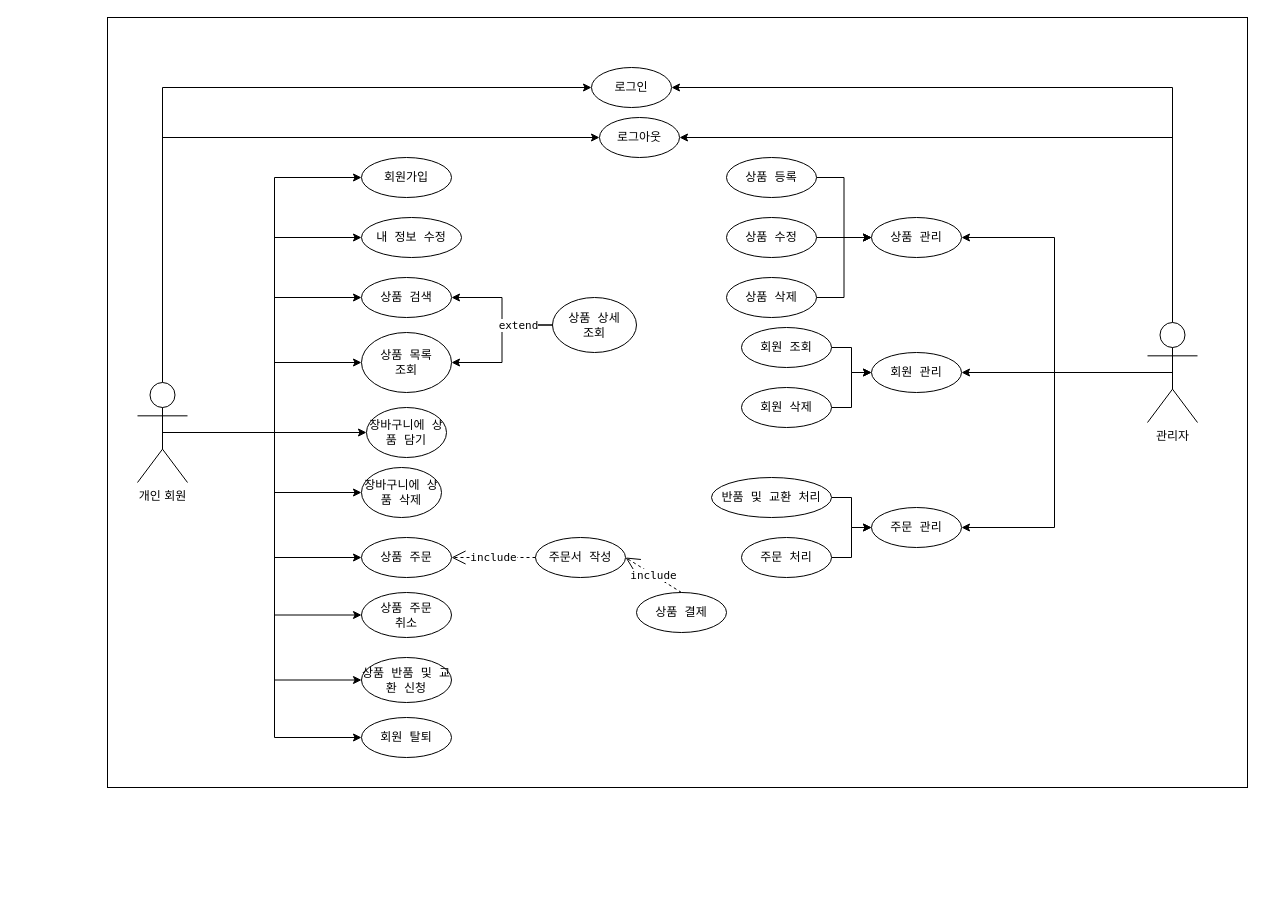
This is usecase.drawio from Myung518/project2022, a draw.io file, before an edit. Source tidied: cells renumbered, new cells numbered last; positions are measured from the earlier drawing's top-left corner, leaving out a move shared by most shapes. Both pictures are drawn from the tidied source at 100%, with x=0, y=0 at pixel (107, 17).
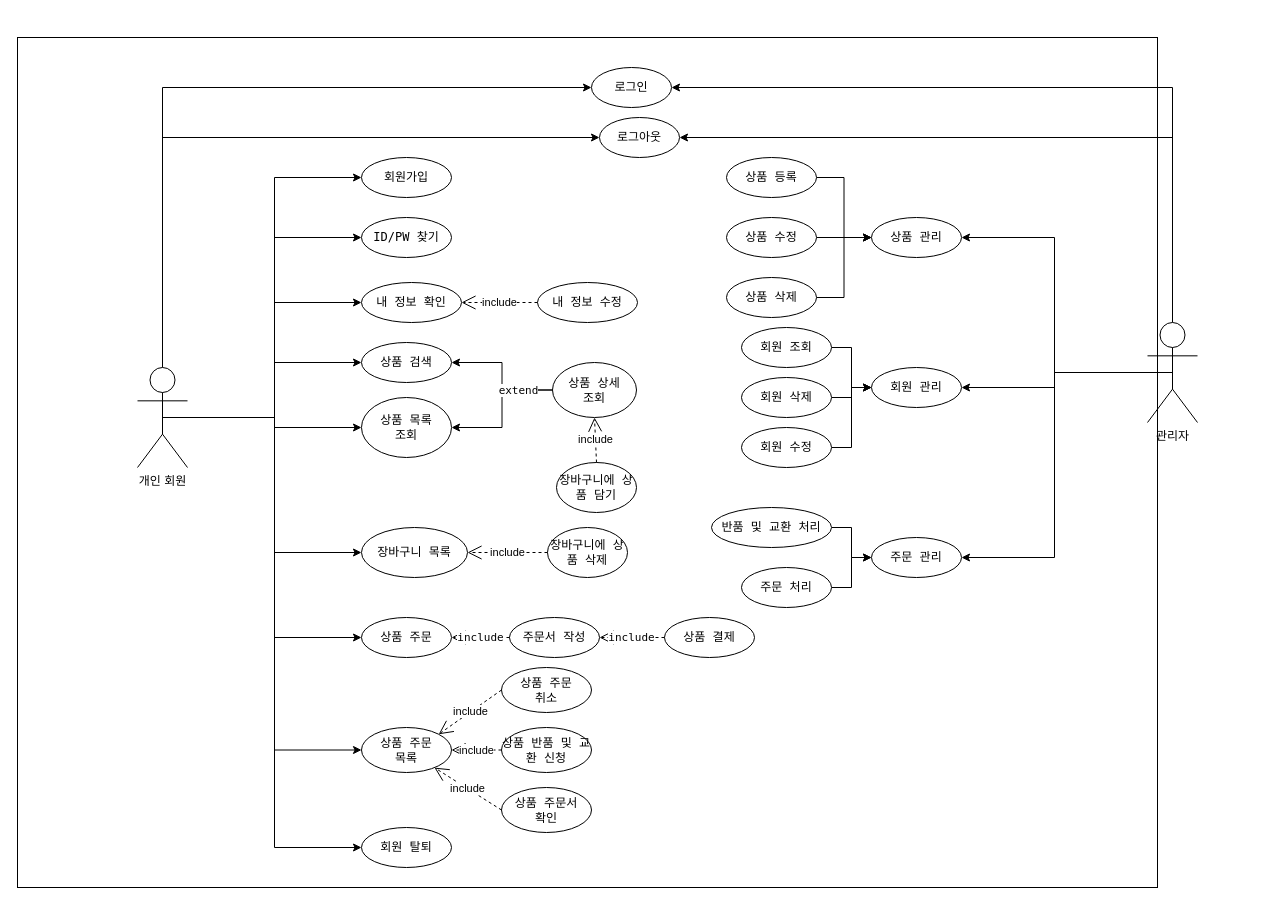
After the change.

Diff of the diagram source:
```diff
@@
     <mxCell id="2" style="rounded=0;whiteSpace=wrap;html=1;fontFamily=Lucida Console;" parent="1" vertex="1">
-      <mxGeometry width="1140" height="770" as="geometry" />
+      <mxGeometry x="-90" y="20" width="1140" height="850" as="geometry" />
     </mxCell>
@@
-    <mxCell id="7" style="edgeStyle=orthogonalEdgeStyle;rounded=0;jettySize=auto;html=1;exitX=0.5;exitY=0.5;exitDx=0;exitDy=0;exitPerimeter=0;fontFamily=Lucida Console;" parent="1" edge="1" source="15" target="18">
-      <mxGeometry relative="1" as="geometry" />
-    </mxCell>
@@
-    <mxCell id="11" style="edgeStyle=orthogonalEdgeStyle;rounded=0;jettySize=auto;html=1;exitX=0.5;exitY=0.5;exitDx=0;exitDy=0;exitPerimeter=0;entryX=0;entryY=0.5;entryDx=0;entryDy=0;fontFamily=Lucida Console;" parent="1" edge="1" source="15" target="30">
-      <mxGeometry relative="1" as="geometry" />
-    </mxCell>
@@
-    <mxCell id="14" style="edgeStyle=orthogonalEdgeStyle;rounded=0;jettySize=auto;html=1;exitX=0.5;exitY=0.5;exitDx=0;exitDy=0;exitPerimeter=0;entryX=0;entryY=0.5;entryDx=0;entryDy=0;fontFamily=Lucida Console;" parent="1" edge="1" source="15" target="49">
-      <mxGeometry relative="1" as="geometry" />
-    </mxCell>
+    <mxCell id="58" style="edgeStyle=orthogonalEdgeStyle;rounded=0;jettySize=auto;html=1;exitX=0.5;exitY=0.5;exitDx=0;exitDy=0;exitPerimeter=0;entryX=0;entryY=0.5;entryDx=0;entryDy=0;" parent="1" edge="1" source="15" target="62">
+      <mxGeometry relative="1" as="geometry" />
+    </mxCell>
+    <mxCell id="59" style="edgeStyle=orthogonalEdgeStyle;rounded=0;jettySize=auto;html=1;exitX=0.5;exitY=0.5;exitDx=0;exitDy=0;exitPerimeter=0;entryX=0;entryY=0.5;entryDx=0;entryDy=0;" parent="1" edge="1" source="15" target="67">
+      <mxGeometry relative="1" as="geometry" />
+    </mxCell>
     <mxCell id="15" value="개인 회원" style="shape=umlActor;verticalLabelPosition=bottom;verticalAlign=top;html=1;outlineConnect=0;fontStyle=0;" parent="1" vertex="1">
-      <mxGeometry x="30" y="365" width="50" height="100" as="geometry" />
+      <mxGeometry x="30" y="350" width="50" height="100" as="geometry" />
     </mxCell>
@@
     <mxCell id="18" value="장바구니에 상품 담기" style="ellipse;whiteSpace=wrap;html=1;fontFamily=Lucida Console;" parent="1" vertex="1">
-      <mxGeometry x="259" y="390" width="80" height="50" as="geometry" />
+      <mxGeometry x="449" y="445" width="80" height="50" as="geometry" />
     </mxCell>
     <mxCell id="19" value="상품 검색" style="ellipse;whiteSpace=wrap;html=1;fontFamily=Lucida Console;" parent="1" vertex="1">
-      <mxGeometry x="254" y="260" width="90" height="40" as="geometry" />
+      <mxGeometry x="254" y="325" width="90" height="40" as="geometry" />
     </mxCell>
@@
-    <mxCell id="21" value="내 정보 수정" style="ellipse;whiteSpace=wrap;html=1;fontFamily=Lucida Console;" parent="1" vertex="1">
-      <mxGeometry x="254" y="200" width="100" height="40" as="geometry" />
+    <mxCell id="21" value="내 정보 확인" style="ellipse;whiteSpace=wrap;html=1;fontFamily=Lucida Console;" parent="1" vertex="1">
+      <mxGeometry x="254" y="265" width="100" height="40" as="geometry" />
     </mxCell>
     <mxCell id="22" value="회원 탈퇴" style="ellipse;whiteSpace=wrap;html=1;fontFamily=Lucida Console;" parent="1" vertex="1">
-      <mxGeometry x="254" y="700" width="90" height="40" as="geometry" />
+      <mxGeometry x="254" y="810" width="90" height="40" as="geometry" />
     </mxCell>
@@
     <mxCell id="24" value="회원 관리" style="ellipse;whiteSpace=wrap;html=1;fontFamily=Lucida Console;" parent="1" vertex="1">
-      <mxGeometry x="764" y="335" width="90" height="40" as="geometry" />
+      <mxGeometry x="764" y="350" width="90" height="40" as="geometry" />
     </mxCell>
     <mxCell id="25" value="주문 관리" style="ellipse;whiteSpace=wrap;html=1;fontFamily=Lucida Console;" parent="1" vertex="1">
-      <mxGeometry x="764" y="490" width="90" height="40" as="geometry" />
+      <mxGeometry x="764" y="520" width="90" height="40" as="geometry" />
     </mxCell>
@@
     <mxCell id="27" value="반품 및 교환 처리" style="ellipse;whiteSpace=wrap;html=1;fontFamily=Lucida Console;" parent="1" vertex="1">
-      <mxGeometry x="604" y="460" width="120" height="40" as="geometry" />
+      <mxGeometry x="604" y="490" width="120" height="40" as="geometry" />
     </mxCell>
     <mxCell id="28" value="상품 결제" style="ellipse;whiteSpace=wrap;html=1;fontFamily=Lucida Console;" parent="1" vertex="1">
-      <mxGeometry x="529" y="575" width="90" height="40" as="geometry" />
+      <mxGeometry x="557" y="600" width="90" height="40" as="geometry" />
     </mxCell>
     <mxCell id="29" value="상품 주문" style="ellipse;whiteSpace=wrap;html=1;fontFamily=Lucida Console;" parent="1" vertex="1">
-      <mxGeometry x="254" y="520" width="90" height="40" as="geometry" />
+      <mxGeometry x="254" y="600" width="90" height="40" as="geometry" />
     </mxCell>
     <mxCell id="30" value="장바구니에 상품 삭제" style="ellipse;whiteSpace=wrap;html=1;fontFamily=Lucida Console;" parent="1" vertex="1">
-      <mxGeometry x="254" y="450" width="80" height="50" as="geometry" />
+      <mxGeometry x="440" y="510" width="80" height="50" as="geometry" />
     </mxCell>
     <mxCell id="31" value="상품 목록&lt;br&gt;조회" style="ellipse;whiteSpace=wrap;html=1;fontFamily=Lucida Console;" parent="1" vertex="1">
-      <mxGeometry x="254" y="315" width="90" height="60" as="geometry" />
+      <mxGeometry x="254" y="380" width="90" height="60" as="geometry" />
     </mxCell>
@@
     <mxCell id="34" value="상품 상세&lt;br&gt;조회" style="ellipse;whiteSpace=wrap;html=1;fontFamily=Lucida Console;" parent="1" vertex="1">
-      <mxGeometry x="445" y="280" width="84" height="55" as="geometry" />
+      <mxGeometry x="445" y="345" width="84" height="55" as="geometry" />
     </mxCell>
@@
     <mxCell id="44" value="회원 삭제" style="ellipse;whiteSpace=wrap;html=1;fontFamily=Lucida Console;" parent="1" vertex="1">
-      <mxGeometry x="634" y="370" width="90" height="40" as="geometry" />
+      <mxGeometry x="634" y="360" width="90" height="40" as="geometry" />
     </mxCell>
@@
     <mxCell id="46" value="주문 처리" style="ellipse;whiteSpace=wrap;html=1;fontFamily=Lucida Console;" parent="1" vertex="1">
-      <mxGeometry x="634" y="520" width="90" height="40" as="geometry" />
+      <mxGeometry x="634" y="550" width="90" height="40" as="geometry" />
     </mxCell>
     <mxCell id="47" value="주문서 작성" style="ellipse;whiteSpace=wrap;html=1;fontFamily=Lucida Console;" parent="1" vertex="1">
-      <mxGeometry x="428" y="520" width="90" height="40" as="geometry" />
+      <mxGeometry x="402" y="600" width="90" height="40" as="geometry" />
     </mxCell>
-    <mxCell id="48" value="상품 주문&lt;br&gt;취소" style="ellipse;whiteSpace=wrap;html=1;fontFamily=Lucida Console;" parent="1" vertex="1">
-      <mxGeometry x="254" y="575" width="90" height="45" as="geometry" />
+    <mxCell id="48" value="상품 주문&lt;br&gt;목록" style="ellipse;whiteSpace=wrap;html=1;fontFamily=Lucida Console;" parent="1" vertex="1">
+      <mxGeometry x="254" y="710" width="90" height="45" as="geometry" />
     </mxCell>
     <mxCell id="49" value="상품 반품 및 교환 신청" style="ellipse;whiteSpace=wrap;html=1;fontFamily=Lucida Console;" parent="1" vertex="1">
-      <mxGeometry x="254" y="640" width="90" height="45" as="geometry" />
+      <mxGeometry x="394" y="710" width="90" height="45" as="geometry" />
     </mxCell>
@@
-    <mxCell id="57" value="include" style="endArrow=open;endSize=12;dashed=1;html=1;rounded=0;fontFamily=Lucida Console;exitX=0.5;exitY=0;exitDx=0;exitDy=0;entryX=1;entryY=0.5;entryDx=0;entryDy=0;" parent="1" edge="1" source="28" target="47">
+    <mxCell id="57" value="include" style="endArrow=open;endSize=12;dashed=1;html=1;rounded=0;fontFamily=Lucida Console;exitX=0;exitY=0.5;exitDx=0;exitDy=0;entryX=1;entryY=0.5;entryDx=0;entryDy=0;" parent="1" edge="1" source="28" target="47">
       <mxGeometry relative="1" as="geometry" />
     </mxCell>
+    <mxCell id="60" style="edgeStyle=orthogonalEdgeStyle;rounded=0;jettySize=auto;html=1;exitX=1;exitY=0.5;exitDx=0;exitDy=0;entryX=0;entryY=0.5;entryDx=0;entryDy=0;" parent="1" edge="1" source="61" target="24">
+      <mxGeometry relative="1" as="geometry" />
+    </mxCell>
+    <mxCell id="61" value="회원 수정" style="ellipse;whiteSpace=wrap;html=1;fontFamily=Lucida Console;" parent="1" vertex="1">
+      <mxGeometry x="634" y="410" width="90" height="40" as="geometry" />
+    </mxCell>
+    <mxCell id="62" value="장바구니 목록" style="ellipse;whiteSpace=wrap;html=1;fontFamily=Lucida Console;" parent="1" vertex="1">
+      <mxGeometry x="254" y="510" width="106" height="50" as="geometry" />
+    </mxCell>
+    <mxCell id="63" value="include" style="endArrow=open;endSize=12;dashed=1;html=1;rounded=0;exitX=0;exitY=0.5;exitDx=0;exitDy=0;entryX=1;entryY=0.5;entryDx=0;entryDy=0;" parent="1" edge="1" source="30" target="62">
+      <mxGeometry relative="1" as="geometry" />
+    </mxCell>
+    <mxCell id="64" value="내 정보 수정" style="ellipse;whiteSpace=wrap;html=1;fontFamily=Lucida Console;" parent="1" vertex="1">
+      <mxGeometry x="430" y="265" width="100" height="40" as="geometry" />
+    </mxCell>
+    <mxCell id="65" value="include" style="endArrow=open;endSize=12;dashed=1;html=1;rounded=0;exitX=0;exitY=0.5;exitDx=0;exitDy=0;entryX=1;entryY=0.5;entryDx=0;entryDy=0;" parent="1" edge="1" source="64" target="21">
+      <mxGeometry relative="1" as="geometry" />
+    </mxCell>
+    <mxCell id="66" value="include" style="endArrow=open;endSize=12;dashed=1;html=1;rounded=0;entryX=0.5;entryY=1;entryDx=0;entryDy=0;exitX=0.5;exitY=0;exitDx=0;exitDy=0;" parent="1" edge="1" source="18" target="34">
+      <mxGeometry relative="1" as="geometry" />
+    </mxCell>
+    <mxCell id="67" value="ID/PW 찾기" style="ellipse;whiteSpace=wrap;html=1;fontFamily=Lucida Console;" parent="1" vertex="1">
+      <mxGeometry x="254" y="200" width="90" height="40" as="geometry" />
+    </mxCell>
+    <mxCell id="68" value="상품 주문&lt;br&gt;취소" style="ellipse;whiteSpace=wrap;html=1;fontFamily=Lucida Console;" parent="1" vertex="1">
+      <mxGeometry x="394" y="650" width="90" height="45" as="geometry" />
+    </mxCell>
+    <mxCell id="69" value="상품 주문서&lt;br&gt;확인" style="ellipse;whiteSpace=wrap;html=1;fontFamily=Lucida Console;" parent="1" vertex="1">
+      <mxGeometry x="394" y="770" width="90" height="45" as="geometry" />
+    </mxCell>
+    <mxCell id="70" value="include" style="endArrow=open;endSize=12;dashed=1;html=1;rounded=0;exitX=0;exitY=0.5;exitDx=0;exitDy=0;entryX=1;entryY=0;entryDx=0;entryDy=0;" parent="1" edge="1" source="68" target="48">
+      <mxGeometry relative="1" as="geometry" />
+    </mxCell>
+    <mxCell id="71" value="include" style="endArrow=open;endSize=12;dashed=1;html=1;rounded=0;exitX=0;exitY=0.5;exitDx=0;exitDy=0;" parent="1" edge="1" source="49" target="48">
+      <mxGeometry relative="1" as="geometry" />
+    </mxCell>
+    <mxCell id="72" value="include" style="endArrow=open;endSize=12;dashed=1;html=1;rounded=0;exitX=0;exitY=0.5;exitDx=0;exitDy=0;" parent="1" edge="1" source="69" target="48">
+      <mxGeometry relative="1" as="geometry" />
+    </mxCell>
```
